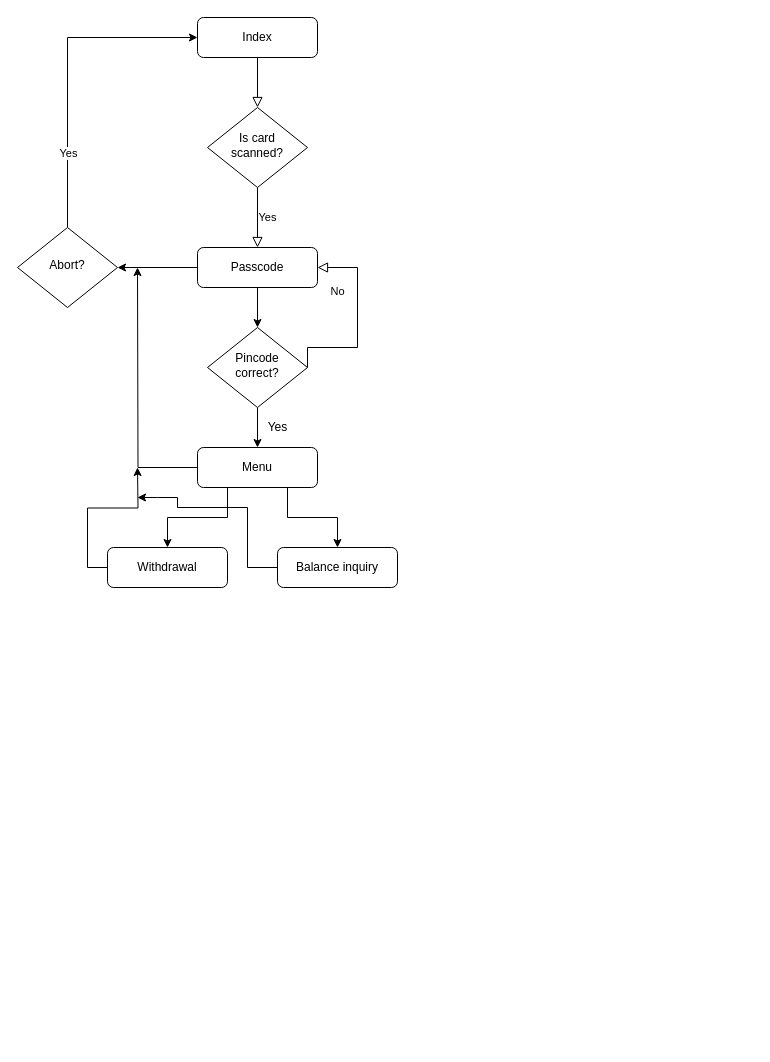
Before: designs/website/Website.drawio in Sinjablo/Git-TINPRJ03-34, a draw.io diagram. Source tidied: cells renumbered, new cells numbered last; positions are measured from the earlier drawing's top-left corner, leaving out a move shared by most shapes. Both pictures are drawn from the tidied source at 100%, with x=0, y=0 at pixel (17, 17).
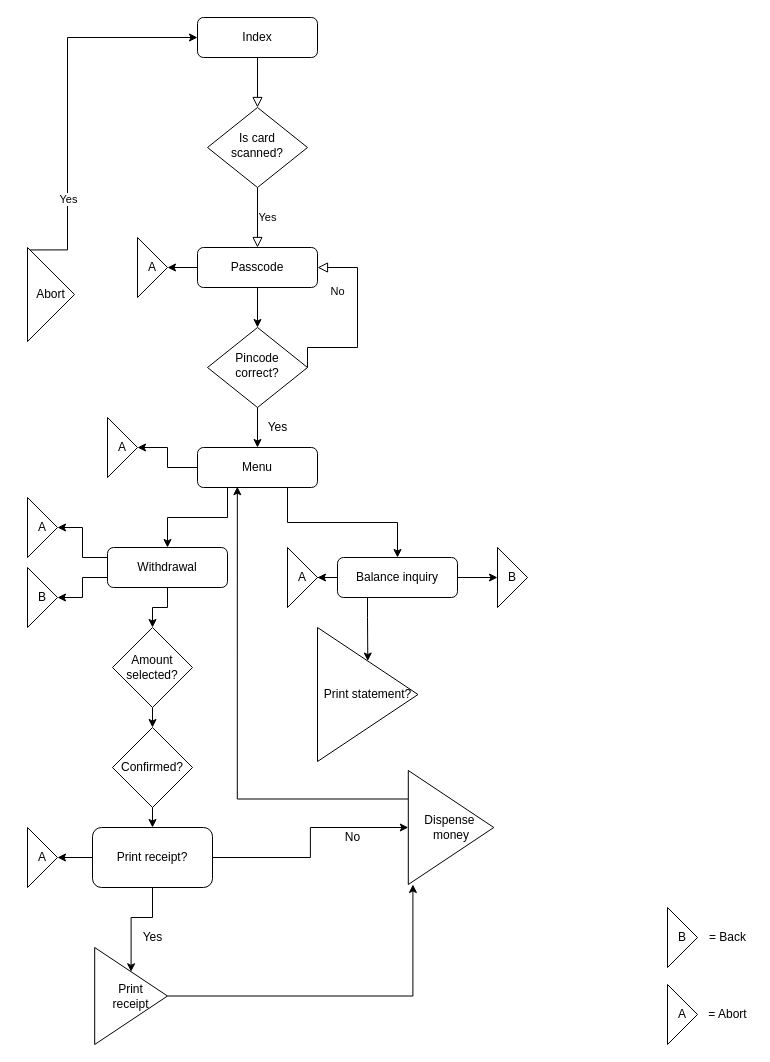
Above is the later version.

Commit message (it also covers changes not shown here):
website flowchart

Unchanged cells that the change refers to:
```xml
<mxCell id="3" value="Index" style="rounded=1;whiteSpace=wrap;html=1;fontSize=12;glass=0;strokeWidth=1;shadow=0;" parent="1" vertex="1">
  <mxGeometry x="180" width="120" height="40" as="geometry" />
</mxCell>
<mxCell id="10" value="Menu" style="rounded=1;whiteSpace=wrap;html=1;fontSize=12;glass=0;strokeWidth=1;shadow=0;" parent="1" vertex="1">
  <mxGeometry x="180" y="430" width="120" height="40" as="geometry" />
</mxCell>
<mxCell id="13" value="Passcode" style="rounded=1;whiteSpace=wrap;html=1;fontSize=12;glass=0;strokeWidth=1;shadow=0;" parent="1" vertex="1">
  <mxGeometry x="180" y="230" width="120" height="40" as="geometry" />
</mxCell>
<mxCell id="21" value="Withdrawal" style="rounded=1;whiteSpace=wrap;html=1;fontSize=12;glass=0;strokeWidth=1;shadow=0;" parent="1" vertex="1">
  <mxGeometry x="90" y="530" width="120" height="40" as="geometry" />
</mxCell>
```

Diff of the diagram source:
```diff
@@
-    <mxCell id="7" style="edgeStyle=orthogonalEdgeStyle;rounded=0;jettySize=auto;html=1;exitX=0;exitY=0.5;exitDx=0;exitDy=0;" parent="1" edge="1" source="10">
-      <mxGeometry relative="1" as="geometry">
-        <mxPoint x="120" y="250" as="targetPoint" />
-      </mxGeometry>
-    </mxCell>
@@
+    <mxCell id="24" style="edgeStyle=orthogonalEdgeStyle;rounded=0;jettySize=auto;html=1;exitX=0;exitY=0.5;exitDx=0;exitDy=0;entryX=1;entryY=0.5;entryDx=0;entryDy=0;" parent="1" edge="1" source="10" target="36">
+      <mxGeometry relative="1" as="geometry" />
+    </mxCell>
@@
-    <mxCell id="12" style="edgeStyle=orthogonalEdgeStyle;rounded=0;jettySize=auto;html=1;exitX=0;exitY=0.5;exitDx=0;exitDy=0;entryX=1;entryY=0.5;entryDx=0;entryDy=0;" parent="1" edge="1" source="13" target="19">
-      <mxGeometry relative="1" as="geometry" />
-    </mxCell>
+    <mxCell id="25" style="edgeStyle=orthogonalEdgeStyle;rounded=0;jettySize=auto;html=1;exitX=0;exitY=0.5;exitDx=0;exitDy=0;entryX=1;entryY=0.5;entryDx=0;entryDy=0;" parent="1" edge="1" source="13" target="35">
+      <mxGeometry relative="1" as="geometry" />
+    </mxCell>
@@
-    <mxCell id="17" style="edgeStyle=orthogonalEdgeStyle;rounded=0;jettySize=auto;html=1;exitX=0.5;exitY=0;exitDx=0;exitDy=0;entryX=0;entryY=0.5;entryDx=0;entryDy=0;" parent="1" edge="1" source="19" target="3">
+    <mxCell id="17" style="edgeStyle=orthogonalEdgeStyle;rounded=0;jettySize=auto;html=1;exitX=0.013;exitY=0.026;exitDx=0;exitDy=0;entryX=0;entryY=0.5;entryDx=0;entryDy=0;exitPerimeter=0;" parent="1" edge="1" source="34" target="3">
       <mxGeometry relative="1" as="geometry">
         <Array as="points">
+          <mxPoint x="50" y="232" />
           <mxPoint x="50" y="20" />
         </Array>
       </mxGeometry>
     </mxCell>
@@
-    <mxCell id="19" value="Abort?" style="rhombus;whiteSpace=wrap;html=1;shadow=0;fontFamily=Helvetica;fontSize=12;align=center;strokeWidth=1;spacing=6;spacingTop=-4;" parent="1" vertex="1">
-      <mxGeometry y="210" width="100" height="80" as="geometry" />
-    </mxCell>
-    <mxCell id="20" style="edgeStyle=orthogonalEdgeStyle;rounded=0;jettySize=auto;html=1;exitX=0;exitY=0.5;exitDx=0;exitDy=0;" parent="1" edge="1" source="21">
-      <mxGeometry relative="1" as="geometry">
-        <mxPoint x="120" y="450" as="targetPoint" />
-      </mxGeometry>
-    </mxCell>
+    <mxCell id="26" style="edgeStyle=orthogonalEdgeStyle;rounded=0;jettySize=auto;html=1;entryX=1;entryY=0.5;entryDx=0;entryDy=0;exitX=0;exitY=0.25;exitDx=0;exitDy=0;" parent="1" edge="1" source="21" target="37">
+      <mxGeometry relative="1" as="geometry" />
+    </mxCell>
+    <mxCell id="27" style="edgeStyle=orthogonalEdgeStyle;rounded=0;jettySize=auto;html=1;exitX=0.5;exitY=1;exitDx=0;exitDy=0;" parent="1" edge="1" source="21" target="44">
+      <mxGeometry relative="1" as="geometry" />
+    </mxCell>
+    <mxCell id="28" style="edgeStyle=orthogonalEdgeStyle;rounded=0;jettySize=auto;html=1;exitX=0;exitY=0.75;exitDx=0;exitDy=0;entryX=1;entryY=0.5;entryDx=0;entryDy=0;" parent="1" edge="1" source="21" target="58">
+      <mxGeometry relative="1" as="geometry" />
+    </mxCell>
@@
-    <mxCell id="22" style="edgeStyle=orthogonalEdgeStyle;rounded=0;jettySize=auto;html=1;exitX=0;exitY=0.5;exitDx=0;exitDy=0;" parent="1" edge="1" source="23">
-      <mxGeometry relative="1" as="geometry">
-        <mxPoint x="120" y="480" as="targetPoint" />
-        <Array as="points">
-          <mxPoint x="230" y="550" />
-          <mxPoint x="230" y="490" />
-          <mxPoint x="160" y="490" />
-          <mxPoint x="160" y="480" />
-          <mxPoint x="140" y="480" />
-        </Array>
-      </mxGeometry>
-    </mxCell>
+    <mxCell id="29" style="edgeStyle=orthogonalEdgeStyle;rounded=0;jettySize=auto;html=1;exitX=0;exitY=0.5;exitDx=0;exitDy=0;" parent="1" edge="1" source="23" target="38">
+      <mxGeometry relative="1" as="geometry" />
+    </mxCell>
+    <mxCell id="30" style="edgeStyle=orthogonalEdgeStyle;rounded=0;jettySize=auto;html=1;exitX=0.25;exitY=1;exitDx=0;exitDy=0;" parent="1" edge="1" source="23" target="54">
+      <mxGeometry relative="1" as="geometry" />
+    </mxCell>
+    <mxCell id="31" style="edgeStyle=orthogonalEdgeStyle;rounded=0;jettySize=auto;html=1;exitX=1;exitY=0.5;exitDx=0;exitDy=0;entryX=0;entryY=0.5;entryDx=0;entryDy=0;" parent="1" edge="1" source="23" target="57">
+      <mxGeometry relative="1" as="geometry" />
+    </mxCell>
     <mxCell id="23" value="Balance inquiry" style="rounded=1;whiteSpace=wrap;html=1;fontSize=12;glass=0;strokeWidth=1;shadow=0;" parent="1" vertex="1">
-      <mxGeometry x="260" y="530" width="120" height="40" as="geometry" />
+      <mxGeometry x="320" y="540" width="120" height="40" as="geometry" />
     </mxCell>
+    <mxCell id="32" value="A" style="triangle;whiteSpace=wrap;html=1;" parent="1" vertex="1">
+      <mxGeometry x="650" y="967" width="30" height="60" as="geometry" />
+    </mxCell>
+    <mxCell id="33" value="= Abort" style="text;html=1;align=center;verticalAlign=middle;" parent="1" vertex="1">
+      <mxGeometry x="685" y="987" width="50" height="20" as="geometry" />
+    </mxCell>
+    <mxCell id="34" value="Abort" style="triangle;whiteSpace=wrap;html=1;" parent="1" vertex="1">
+      <mxGeometry x="10" y="230" width="47" height="94" as="geometry" />
+    </mxCell>
+    <mxCell id="35" value="A" style="triangle;whiteSpace=wrap;html=1;" parent="1" vertex="1">
+      <mxGeometry x="120" y="220" width="30" height="60" as="geometry" />
+    </mxCell>
+    <mxCell id="36" value="A" style="triangle;whiteSpace=wrap;html=1;" parent="1" vertex="1">
+      <mxGeometry x="90" y="400" width="30" height="60" as="geometry" />
+    </mxCell>
+    <mxCell id="37" value="A" style="triangle;whiteSpace=wrap;html=1;" parent="1" vertex="1">
+      <mxGeometry x="10" y="480" width="30" height="60" as="geometry" />
+    </mxCell>
+    <mxCell id="38" value="A" style="triangle;whiteSpace=wrap;html=1;" parent="1" vertex="1">
+      <mxGeometry x="270" y="530" width="30" height="60" as="geometry" />
+    </mxCell>
+    <mxCell id="39" style="edgeStyle=orthogonalEdgeStyle;rounded=0;jettySize=auto;html=1;exitX=0.5;exitY=1;exitDx=0;exitDy=0;" parent="1" edge="1" source="42" target="50">
+      <mxGeometry relative="1" as="geometry" />
+    </mxCell>
+    <mxCell id="40" style="edgeStyle=orthogonalEdgeStyle;rounded=0;jettySize=auto;html=1;exitX=1;exitY=0.5;exitDx=0;exitDy=0;entryX=0;entryY=0.5;entryDx=0;entryDy=0;" parent="1" edge="1" source="42" target="48">
+      <mxGeometry relative="1" as="geometry" />
+    </mxCell>
+    <mxCell id="41" style="edgeStyle=orthogonalEdgeStyle;rounded=0;jettySize=auto;html=1;exitX=0;exitY=0.5;exitDx=0;exitDy=0;entryX=1;entryY=0.5;entryDx=0;entryDy=0;" parent="1" edge="1" source="42" target="53">
+      <mxGeometry relative="1" as="geometry" />
+    </mxCell>
+    <mxCell id="42" value="Print receipt?" style="rounded=1;whiteSpace=wrap;html=1;" parent="1" vertex="1">
+      <mxGeometry x="75" y="810" width="120" height="60" as="geometry" />
+    </mxCell>
+    <mxCell id="43" style="edgeStyle=orthogonalEdgeStyle;rounded=0;jettySize=auto;html=1;exitX=0.5;exitY=1;exitDx=0;exitDy=0;entryX=0.5;entryY=0;entryDx=0;entryDy=0;" parent="1" edge="1" source="44" target="52">
+      <mxGeometry relative="1" as="geometry" />
+    </mxCell>
+    <mxCell id="44" value="Amount&lt;br&gt;selected?" style="rhombus;whiteSpace=wrap;html=1;" parent="1" vertex="1">
+      <mxGeometry x="95" y="610" width="80" height="80" as="geometry" />
+    </mxCell>
+    <mxCell id="45" value="Yes" style="text;html=1;align=center;verticalAlign=middle;" parent="1" vertex="1">
+      <mxGeometry x="120" y="910" width="30" height="20" as="geometry" />
+    </mxCell>
+    <mxCell id="46" value="No" style="text;html=1;align=center;verticalAlign=middle;" parent="1" vertex="1">
+      <mxGeometry x="320" y="810" width="30" height="20" as="geometry" />
+    </mxCell>
+    <mxCell id="47" style="edgeStyle=orthogonalEdgeStyle;rounded=0;jettySize=auto;html=1;exitX=0;exitY=0.25;exitDx=0;exitDy=0;entryX=0.332;entryY=0.98;entryDx=0;entryDy=0;entryPerimeter=0;" parent="1" edge="1" source="48" target="10">
+      <mxGeometry relative="1" as="geometry" />
+    </mxCell>
+    <mxCell id="48" value="Dispense&amp;nbsp;&lt;br&gt;money" style="triangle;whiteSpace=wrap;html=1;" parent="1" vertex="1">
+      <mxGeometry x="390.8" y="753" width="85.5" height="114" as="geometry" />
+    </mxCell>
+    <mxCell id="49" style="edgeStyle=orthogonalEdgeStyle;rounded=0;jettySize=auto;html=1;exitX=1;exitY=0.5;exitDx=0;exitDy=0;entryX=0.054;entryY=1;entryDx=0;entryDy=0;entryPerimeter=0;" parent="1" edge="1" source="50" target="48">
+      <mxGeometry relative="1" as="geometry" />
+    </mxCell>
+    <mxCell id="50" value="Print&lt;br&gt;receipt" style="triangle;whiteSpace=wrap;html=1;" parent="1" vertex="1">
+      <mxGeometry x="77.2" y="930" width="72.8" height="97" as="geometry" />
+    </mxCell>
+    <mxCell id="51" style="edgeStyle=orthogonalEdgeStyle;rounded=0;jettySize=auto;html=1;exitX=0.5;exitY=1;exitDx=0;exitDy=0;entryX=0.5;entryY=0;entryDx=0;entryDy=0;" parent="1" edge="1" source="52" target="42">
+      <mxGeometry relative="1" as="geometry" />
+    </mxCell>
+    <mxCell id="52" value="Confirmed?" style="rhombus;whiteSpace=wrap;html=1;" parent="1" vertex="1">
+      <mxGeometry x="95" y="710" width="80" height="80" as="geometry" />
+    </mxCell>
+    <mxCell id="53" value="A" style="triangle;whiteSpace=wrap;html=1;" parent="1" vertex="1">
+      <mxGeometry x="10" y="810" width="30" height="60" as="geometry" />
+    </mxCell>
+    <mxCell id="54" value="Print statement?" style="triangle;whiteSpace=wrap;html=1;" parent="1" vertex="1">
+      <mxGeometry x="300" y="610" width="100.5" height="134" as="geometry" />
+    </mxCell>
+    <mxCell id="55" value="B" style="triangle;whiteSpace=wrap;html=1;" parent="1" vertex="1">
+      <mxGeometry x="650" y="890" width="30" height="60" as="geometry" />
+    </mxCell>
+    <mxCell id="56" value="= Back" style="text;html=1;align=center;verticalAlign=middle;" parent="1" vertex="1">
+      <mxGeometry x="685" y="910" width="50" height="20" as="geometry" />
+    </mxCell>
+    <mxCell id="57" value="B" style="triangle;whiteSpace=wrap;html=1;" parent="1" vertex="1">
+      <mxGeometry x="480" y="530" width="30" height="60" as="geometry" />
+    </mxCell>
+    <mxCell id="58" value="B" style="triangle;whiteSpace=wrap;html=1;" parent="1" vertex="1">
+      <mxGeometry x="10" y="550" width="30" height="60" as="geometry" />
+    </mxCell>
```
